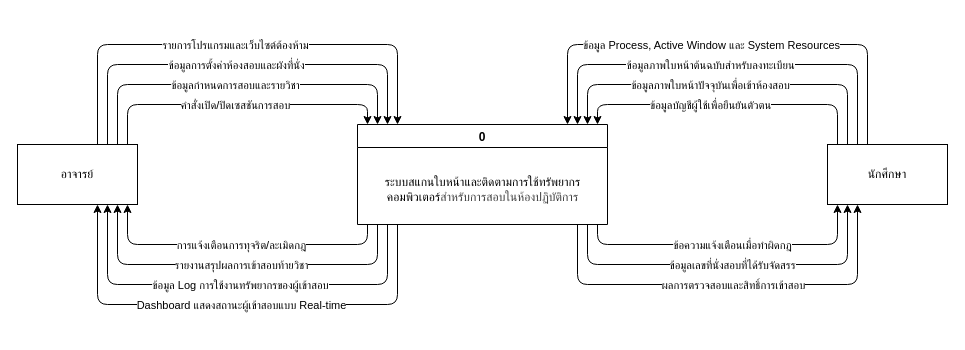
Earlier version of the draw.io diagram diagram_update/context.drawio (PatcharaphonKoosomsarp/FACE-EXAM). Source tidied: cells renumbered, new cells numbered last; positions are measured from the earlier drawing's top-left corner, leaving out a move shared by most shapes. Both pictures are drawn from the tidied source at 100%, with x=0, y=0 at pixel (17, 44).
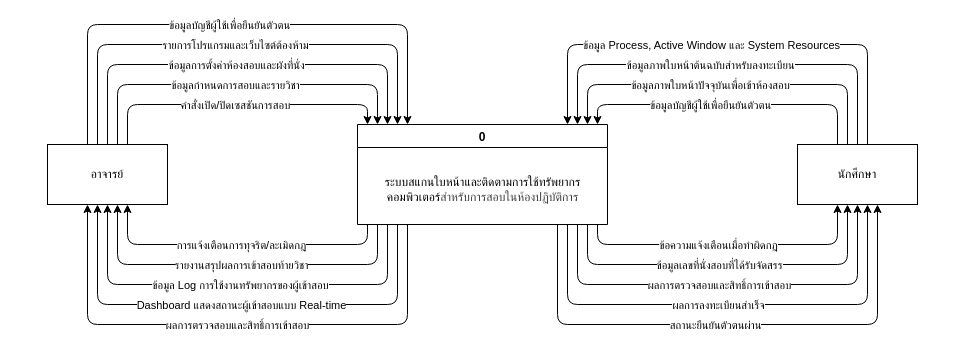
Above is the later version.

Unchanged cells that the change refers to:
```xml
<mxCell id="30" style="endArrow=classic;html=1;" parent="1" edge="1">
  <mxGeometry relative="1" as="geometry">
    <mxPoint x="560" y="180" as="sourcePoint" />
    <mxPoint x="840" y="160" as="targetPoint" />
    <Array as="points">
      <mxPoint x="560" y="240" />
      <mxPoint x="840" y="240" />
    </Array>
  </mxGeometry>
</mxCell>
<mxCell id="32" style="endArrow=classic;html=1;" parent="1" edge="1">
  <mxGeometry relative="1" as="geometry">
    <mxPoint x="570" y="180" as="sourcePoint" />
    <mxPoint x="830" y="160" as="targetPoint" />
    <Array as="points">
      <mxPoint x="570" y="220" />
      <mxPoint x="830" y="220" />
    </Array>
  </mxGeometry>
</mxCell>
<mxCell id="34" style="endArrow=classic;html=1;" parent="1" edge="1">
  <mxGeometry relative="1" as="geometry">
    <mxPoint x="580" y="180" as="sourcePoint" />
    <mxPoint x="820" y="160" as="targetPoint" />
    <Array as="points">
      <mxPoint x="580" y="200" />
      <mxPoint x="820" y="200" />
    </Array>
  </mxGeometry>
</mxCell>
```

The edit, as a diff of the source:
```diff
@@
     <mxCell id="4" value="อาจารย์" style="whiteSpace=wrap;html=1;" parent="1" vertex="1">
-      <mxGeometry y="100" width="120" height="60" as="geometry" />
+      <mxGeometry x="30" y="100" width="120" height="60" as="geometry" />
     </mxCell>
     <mxCell id="5" value="นักศึกษา" style="whiteSpace=wrap;html=1;" parent="1" vertex="1">
-      <mxGeometry x="810" y="100" width="120" height="60" as="geometry" />
+      <mxGeometry x="780" y="100" width="120" height="60" as="geometry" />
     </mxCell>
@@
     <mxCell id="31" value="ผลการตรวจสอบและสิทธิ์การเข้าสอบ" style="edgeLabel;html=1;align=center;verticalAlign=middle;" parent="30" vertex="1">
       <mxGeometry x="-0.34" y="1" relative="1" as="geometry">
-        <mxPoint x="76" y="1" as="offset" />
+        <mxPoint x="62" y="1" as="offset" />
       </mxGeometry>
     </mxCell>
@@
     <mxCell id="33" value="ข้อมูลเลขที่นั่งสอบที่ได้รับจัดสรร" style="edgeLabel;html=1;align=center;verticalAlign=middle;" parent="32" vertex="1">
       <mxGeometry x="-0.34" y="1" relative="1" as="geometry">
-        <mxPoint x="65" y="1" as="offset" />
+        <mxPoint x="52" y="1" as="offset" />
       </mxGeometry>
     </mxCell>
@@
     <mxCell id="35" value="ข้อความแจ้งเตือนเมื่อทำผิดกฎ" style="edgeLabel;html=1;align=center;verticalAlign=middle;" parent="34" vertex="1">
       <mxGeometry x="-0.34" y="1" relative="1" as="geometry">
-        <mxPoint x="55" y="1" as="offset" />
+        <mxPoint x="41" y="1" as="offset" />
       </mxGeometry>
     </mxCell>
+    <mxCell id="36" style="edgeStyle=none;orthogonalLoop=1;jettySize=auto;html=1;" parent="1" edge="1">
+      <mxGeometry relative="1" as="geometry">
+        <mxPoint x="70" y="100" as="sourcePoint" />
+        <mxPoint x="390" y="80" as="targetPoint" />
+        <Array as="points">
+          <mxPoint x="70" y="-20" />
+          <mxPoint x="390" y="-20" />
+        </Array>
+      </mxGeometry>
+    </mxCell>
+    <mxCell id="37" value="ข้อมูลบัญชีผู้ใช้เพื่อยืนยันตัวตน" style="edgeLabel;html=1;align=center;verticalAlign=middle;" parent="36" vertex="1">
+      <mxGeometry x="-0.49" relative="1" as="geometry">
+        <mxPoint x="123" as="offset" />
+      </mxGeometry>
+    </mxCell>
+    <mxCell id="38" style="edgeStyle=none;orthogonalLoop=1;jettySize=auto;html=1;" parent="1" edge="1">
+      <mxGeometry relative="1" as="geometry">
+        <mxPoint x="390" y="180" as="sourcePoint" />
+        <mxPoint x="70" y="160" as="targetPoint" />
+        <Array as="points">
+          <mxPoint x="390" y="280" />
+          <mxPoint x="70" y="280" />
+        </Array>
+      </mxGeometry>
+    </mxCell>
+    <mxCell id="39" value="ผลการตรวจสอบและสิทธิ์การเข้าสอบ" style="edgeLabel;html=1;align=center;verticalAlign=middle;" parent="38" vertex="1">
+      <mxGeometry x="0.2" relative="1" as="geometry">
+        <mxPoint x="53" as="offset" />
+      </mxGeometry>
+    </mxCell>
+    <mxCell id="40" style="edgeStyle=none;orthogonalLoop=1;jettySize=auto;html=1;" parent="1" edge="1">
+      <mxGeometry relative="1" as="geometry">
+        <mxPoint x="550" y="180" as="sourcePoint" />
+        <mxPoint x="850" y="160" as="targetPoint" />
+        <Array as="points">
+          <mxPoint x="550" y="260" />
+          <mxPoint x="850" y="260" />
+        </Array>
+      </mxGeometry>
+    </mxCell>
+    <mxCell id="41" value="ผลการลงทะเบียนสำเร็จ" style="edgeLabel;html=1;align=center;verticalAlign=middle;" parent="40" vertex="1">
+      <mxGeometry x="-0.44" y="-2" relative="1" as="geometry">
+        <mxPoint x="96" y="-2" as="offset" />
+      </mxGeometry>
+    </mxCell>
+    <mxCell id="42" style="edgeStyle=none;orthogonalLoop=1;jettySize=auto;html=1;" parent="1" edge="1">
+      <mxGeometry x="0.11" y="-10" relative="1" as="geometry">
+        <mxPoint x="540" y="180" as="sourcePoint" />
+        <mxPoint x="860" y="160" as="targetPoint" />
+        <Array as="points">
+          <mxPoint x="540" y="280" />
+          <mxPoint x="860" y="280" />
+        </Array>
+      </mxGeometry>
+    </mxCell>
+    <mxCell id="43" value="สถานะยืนยันตัวตนผ่าน" style="edgeLabel;html=1;align=center;verticalAlign=middle;" parent="42" vertex="1">
+      <mxGeometry x="-0.05" relative="1" as="geometry" />
+    </mxCell>
```
